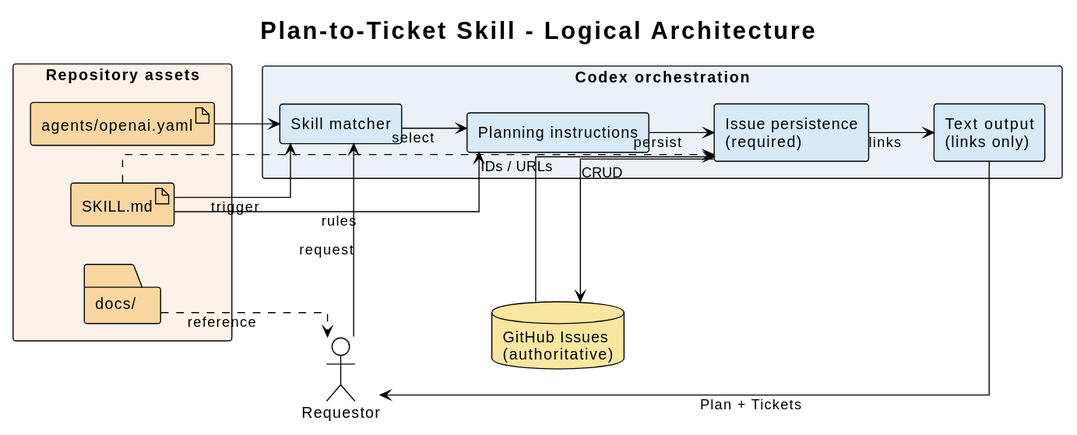
Above: docs/skills/plan-to-ticket/diagrams/plan-to-ticket-architecture.svg in i-zrhe2016/codex-development-workflow (PlantUML), before the change.
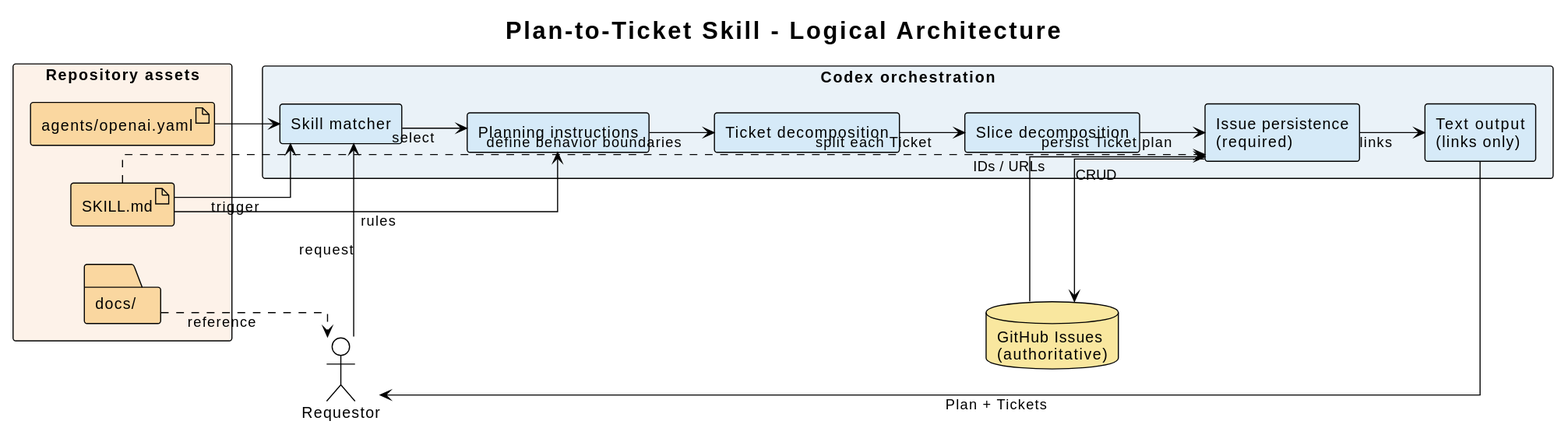
The same file after the commit.

The edit, as a diff of the source:
```diff
@@ -15,6 +15,8 @@
 package "Codex orchestration" as orchestration #EAF2F8 {
   component "Skill matcher" as matcher #D6EAF8
   component "Planning instructions" as planner #D6EAF8
+  component "Ticket decomposition" as ticketing #D6EAF8
+  component "Slice decomposition" as slicing #D6EAF8
   component "Issue persistence\n(required)" as persistence #D6EAF8
   component "Text output\n(links only)" as output #D6EAF8
 }
@@ -29,7 +31,9 @@
 
 requestor --> matcher : request
 matcher --> planner : select
-planner --> persistence : persist
+planner --> ticketing : define behavior boundaries
+ticketing --> slicing : split each Ticket
+slicing --> persistence : persist Ticket plan
 persistence --> issues : CRUD
 issues --> persistence : IDs / URLs
 persistence --> output : links
```
